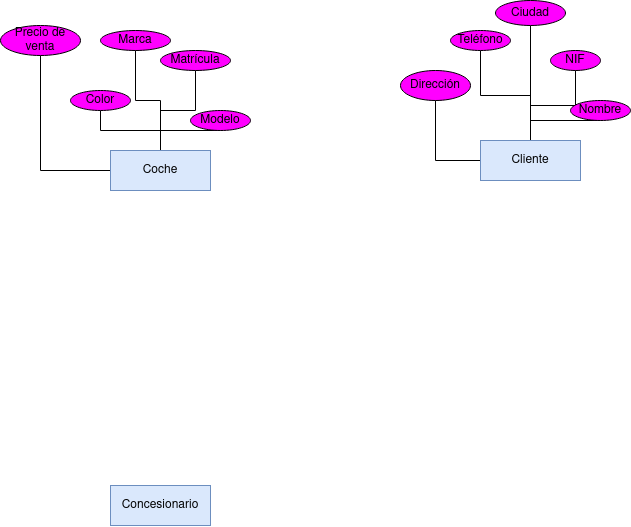
Before: Unidad-1/Tareas/Tarea-6/Diagrama Tarea 7.drawio.png, a diagram exported from draw.io (RafaelMayor/base-datos). Source tidied: cells renumbered, new cells last; positions are measured from the earlier drawing's top-left corner, leaving out a move shared by most shapes.
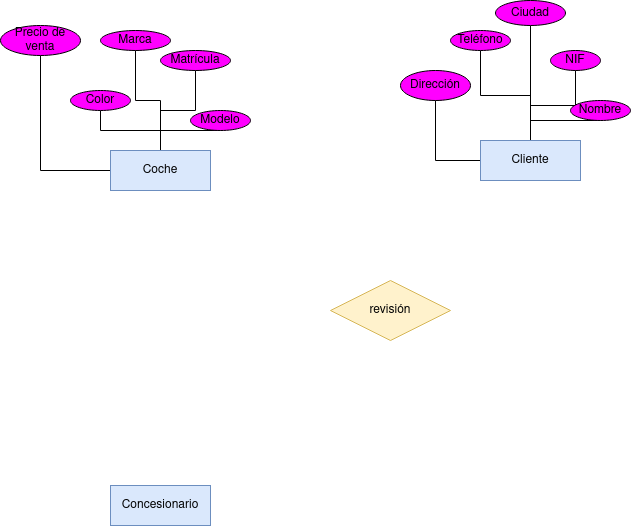
Later version of the same file.

Diff of the diagram source:
```diff
@@ -71,5 +71,8 @@
     <mxCell id="24" value="NIF" style="ellipse;whiteSpace=wrap;html=1;align=center;fillColor=#FF00FF;" parent="1" vertex="1">
       <mxGeometry x="550" y="50" width="50" height="20" as="geometry" />
     </mxCell>
+    <mxCell id="25" value="revisión" style="shape=rhombus;perimeter=rhombusPerimeter;whiteSpace=wrap;html=1;align=center;fillColor=#fff2cc;strokeColor=#d6b656;" parent="1" vertex="1">
+      <mxGeometry x="330" y="280" width="120" height="60" as="geometry" />
+    </mxCell>
   </root>
 </mxGraphModel>
```
